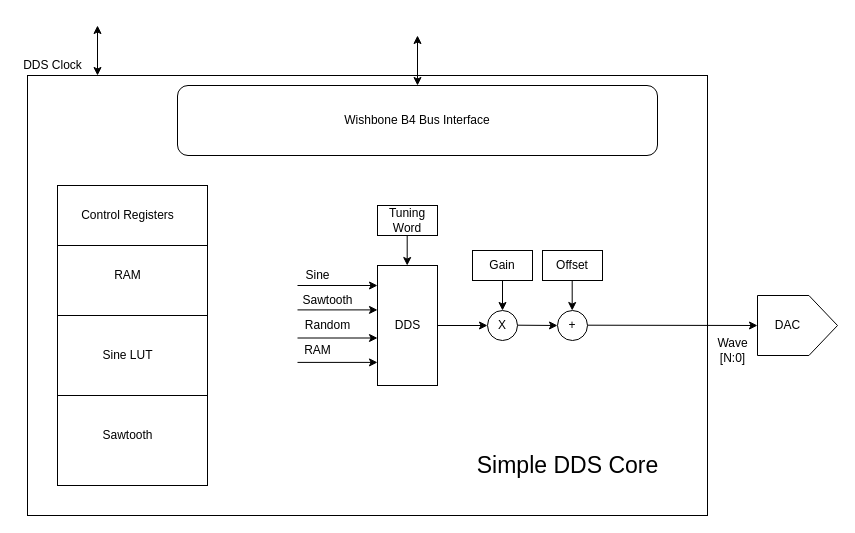
Earlier version of the draw.io diagram doc/src/SimpleDDS.drawio (PatrickCPE/simple_dds). Source tidied: cells renumbered, new cells numbered last; positions are measured from the earlier drawing's top-left corner, leaving out a move shared by most shapes. Both pictures are drawn from the tidied source at 100%, with x=0, y=0 at pixel (17, 25).
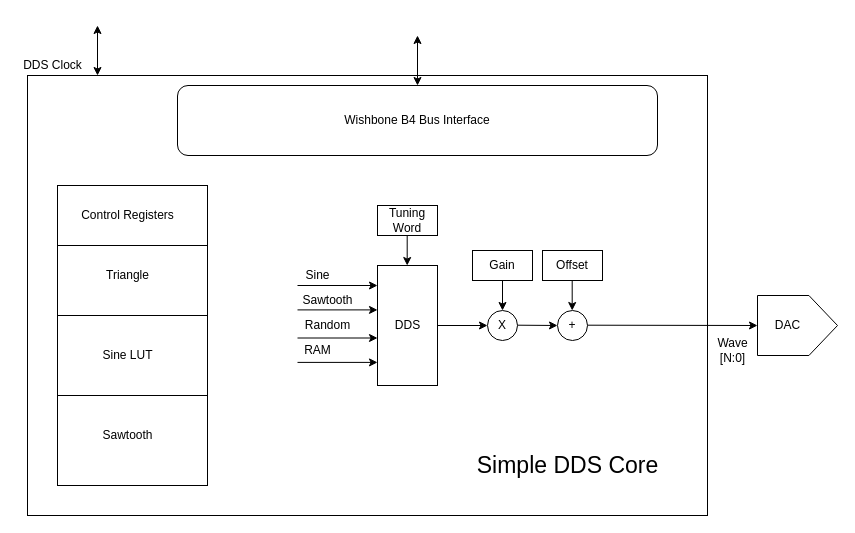
After the change.

Diff of the diagram source:
```diff
@@
-    <mxCell id="13" value="RAM" style="text;html=1;align=center;verticalAlign=middle;strokeColor=none;fillColor=none;" parent="1" vertex="1">
-      <mxGeometry x="90" y="240" width="40" height="20" as="geometry" />
+    <mxCell id="13" value="Triangle" style="text;html=1;align=center;verticalAlign=middle;strokeColor=none;fillColor=none;" parent="1" vertex="1">
+      <mxGeometry x="75" y="235" width="70" height="30" as="geometry" />
     </mxCell>
```
